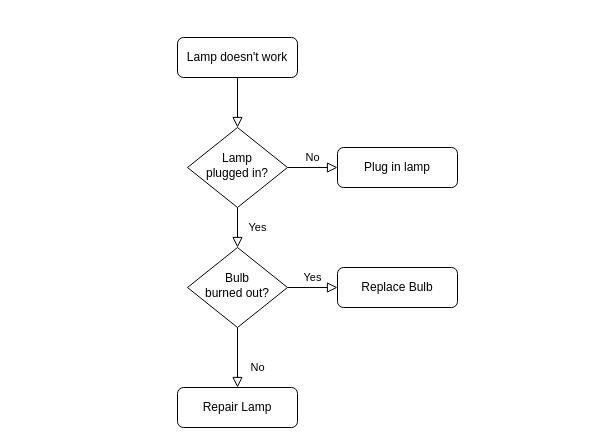
Earlier version of the draw.io diagram Diagrama sin título.drawio (jonatanbiondo/next.js). Source tidied: cells renumbered, new cells numbered last; positions are measured from the earlier drawing's top-left corner, leaving out a move shared by most shapes. Both pictures are drawn from the tidied source at 100%, with x=0, y=0 at pixel (177, 37).
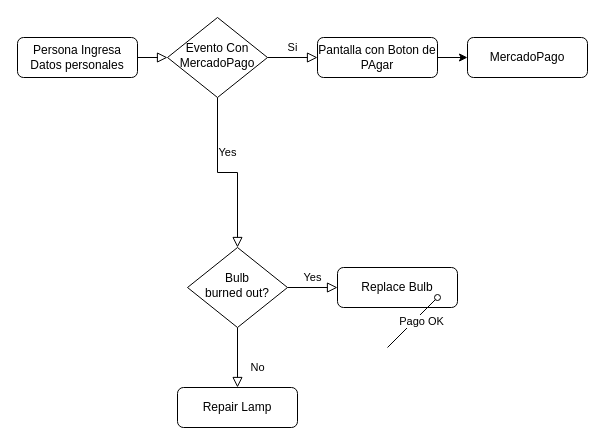
The same diagram, later.

Change to the diagram source:
```diff
@@
 <mxGraphModel>
   <root>
     <mxCell id="0" />
     <mxCell id="1" parent="0" />
     <mxCell id="2" style="rounded=0;html=1;jettySize=auto;fontSize=11;endArrow=block;endFill=0;endSize=8;strokeWidth=1;shadow=0;labelBackgroundColor=none;edgeStyle=orthogonalEdgeStyle;" parent="1" edge="1" source="3" target="6">
       <mxGeometry relative="1" as="geometry" />
     </mxCell>
-    <mxCell id="3" value="Lamp doesn't work" style="rounded=1;whiteSpace=wrap;html=1;fontSize=12;glass=0;strokeWidth=1;shadow=0;" parent="1" vertex="1">
-      <mxGeometry width="120" height="40" as="geometry" />
+    <mxCell id="3" value="Persona Ingresa Datos personales" style="rounded=1;whiteSpace=wrap;html=1;fontSize=12;glass=0;strokeWidth=1;shadow=0;" parent="1" vertex="1">
+      <mxGeometry x="-160" width="120" height="40" as="geometry" />
     </mxCell>
     <mxCell id="4" value="Yes" style="rounded=0;html=1;jettySize=auto;fontSize=11;endArrow=block;endFill=0;endSize=8;strokeWidth=1;shadow=0;labelBackgroundColor=none;edgeStyle=orthogonalEdgeStyle;" parent="1" edge="1" source="6" target="10">
       <mxGeometry y="20" relative="1" as="geometry" />
     </mxCell>
-    <mxCell id="5" value="No" style="edgeStyle=orthogonalEdgeStyle;rounded=0;html=1;jettySize=auto;fontSize=11;endArrow=block;endFill=0;endSize=8;strokeWidth=1;shadow=0;labelBackgroundColor=none;" parent="1" edge="1" source="6" target="7">
+    <mxCell id="5" value="Si" style="edgeStyle=orthogonalEdgeStyle;rounded=0;html=1;jettySize=auto;fontSize=11;endArrow=block;endFill=0;endSize=8;strokeWidth=1;shadow=0;labelBackgroundColor=none;" parent="1" edge="1" source="6" target="7">
       <mxGeometry y="10" relative="1" as="geometry" />
     </mxCell>
-    <mxCell id="6" value="Lamp&lt;br&gt;plugged in?" style="rhombus;whiteSpace=wrap;html=1;shadow=0;fontFamily=Helvetica;fontSize=12;align=center;strokeWidth=1;spacing=6;spacingTop=-4;" parent="1" vertex="1">
-      <mxGeometry x="10" y="90" width="100" height="80" as="geometry" />
+    <mxCell id="6" value="Evento Con &lt;br&gt;MercadoPago" style="rhombus;whiteSpace=wrap;html=1;shadow=0;fontFamily=Helvetica;fontSize=12;align=center;strokeWidth=1;spacing=6;spacingTop=-4;" parent="1" vertex="1">
+      <mxGeometry x="-10" y="-20" width="100" height="80" as="geometry" />
     </mxCell>
+    <mxCell id="13" style="edgeStyle=orthogonalEdgeStyle;rounded=0;jettySize=auto;html=1;exitX=1;exitY=0.5;exitDx=0;exitDy=0;" parent="1" edge="1" source="7">
+      <mxGeometry relative="1" as="geometry">
+        <mxPoint x="290" y="20" as="targetPoint" />
+      </mxGeometry>
+    </mxCell>
-    <mxCell id="7" value="Plug in lamp" style="rounded=1;whiteSpace=wrap;html=1;fontSize=12;glass=0;strokeWidth=1;shadow=0;" parent="1" vertex="1">
-      <mxGeometry x="160" y="110" width="120" height="40" as="geometry" />
+    <mxCell id="7" value="Pantalla con Boton de PAgar" style="rounded=1;whiteSpace=wrap;html=1;fontSize=12;glass=0;strokeWidth=1;shadow=0;" parent="1" vertex="1">
+      <mxGeometry x="140" width="120" height="40" as="geometry" />
     </mxCell>
     <mxCell id="8" value="No" style="rounded=0;html=1;jettySize=auto;fontSize=11;endArrow=block;endFill=0;endSize=8;strokeWidth=1;shadow=0;labelBackgroundColor=none;edgeStyle=orthogonalEdgeStyle;" parent="1" edge="1" source="10" target="11">
       <mxGeometry x="0.33" y="20" relative="1" as="geometry" />
     </mxCell>
     <mxCell id="9" value="Yes" style="edgeStyle=orthogonalEdgeStyle;rounded=0;html=1;jettySize=auto;fontSize=11;endArrow=block;endFill=0;endSize=8;strokeWidth=1;shadow=0;labelBackgroundColor=none;" parent="1" edge="1" source="10" target="12">
       <mxGeometry y="10" relative="1" as="geometry" />
     </mxCell>
     <mxCell id="10" value="Bulb&lt;br&gt;burned out?" style="rhombus;whiteSpace=wrap;html=1;shadow=0;fontFamily=Helvetica;fontSize=12;align=center;strokeWidth=1;spacing=6;spacingTop=-4;" parent="1" vertex="1">
       <mxGeometry x="10" y="210" width="100" height="80" as="geometry" />
     </mxCell>
     <mxCell id="11" value="Repair Lamp" style="rounded=1;whiteSpace=wrap;html=1;fontSize=12;glass=0;strokeWidth=1;shadow=0;" parent="1" vertex="1">
       <mxGeometry y="350" width="120" height="40" as="geometry" />
     </mxCell>
     <mxCell id="12" value="Replace Bulb" style="rounded=1;whiteSpace=wrap;html=1;fontSize=12;glass=0;strokeWidth=1;shadow=0;" parent="1" vertex="1">
       <mxGeometry x="160" y="230" width="120" height="40" as="geometry" />
     </mxCell>
+    <mxCell id="14" value="MercadoPago" style="rounded=1;whiteSpace=wrap;html=1;fontSize=12;glass=0;strokeWidth=1;shadow=0;" parent="1" vertex="1">
+      <mxGeometry x="290" width="120" height="40" as="geometry" />
+    </mxCell>
+    <mxCell id="15" style="endArrow=oval;html=1;rounded=0;endFill=0;" parent="1" edge="1">
+      <mxGeometry relative="1" as="geometry">
+        <mxPoint x="210" y="310" as="sourcePoint" />
+        <mxPoint x="260" y="260" as="targetPoint" />
+      </mxGeometry>
+    </mxCell>
+    <mxCell id="16" value="&lt;div&gt;Pago OK&lt;/div&gt;" style="edgeLabel;html=1;align=center;verticalAlign=middle;" parent="15" vertex="1">
+      <mxGeometry x="0.18" y="-5" relative="1" as="geometry" />
+    </mxCell>
   </root>
 </mxGraphModel>
```
